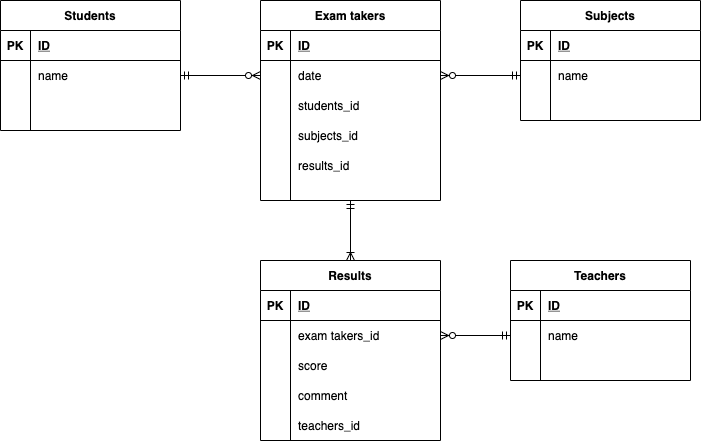
Earlier version of the draw.io export index.drawio.png (sohei24/coachtech-enshu5). Source tidied: cells renumbered, new cells last; positions are measured from the earlier drawing's top-left corner, leaving out a move shared by most shapes.
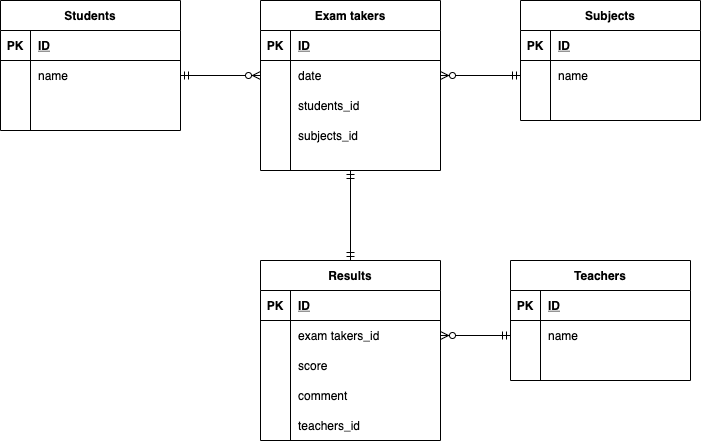
After the commit.

Diff of the diagram source:
```diff
@@ -110,11 +110,11 @@
     <mxCell id="37" style="shape=partialRectangle;fillColor=none;top=0;left=0;bottom=0;right=0;align=left;spacingLeft=6;overflow=hidden;" parent="35" vertex="1">
       <mxGeometry x="30" width="150" height="30" as="geometry" />
     </mxCell>
-    <mxCell id="38" style="edgeStyle=none;rounded=0;jettySize=auto;html=1;exitX=0.5;exitY=1;exitDx=0;exitDy=0;entryX=0.5;entryY=0;entryDx=0;entryDy=0;startArrow=ERmandOne;startFill=0;endArrow=ERoneToMany;endFill=0;" parent="1" edge="1" source="39" target="12">
+    <mxCell id="38" style="edgeStyle=none;rounded=0;jettySize=auto;html=1;exitX=0.5;exitY=1;exitDx=0;exitDy=0;entryX=0.5;entryY=0;entryDx=0;entryDy=0;startArrow=ERmandOne;startFill=0;endArrow=ERmandOne;endFill=0;" parent="1" edge="1" source="39" target="12">
       <mxGeometry relative="1" as="geometry" />
     </mxCell>
     <mxCell id="39" value="Exam takers" style="shape=table;startSize=30;rowLines=0;fontStyle=1;align=center;" parent="1" vertex="1">
-      <mxGeometry x="260" width="180" height="200" as="geometry" />
+      <mxGeometry x="260" width="180" height="170" as="geometry" />
     </mxCell>
     <mxCell id="40" style="shape=partialRectangle;fillColor=none;top=0;left=0;bottom=1;right=0;" parent="39" vertex="1">
       <mxGeometry y="30" width="180" height="30" as="geometry" />
@@ -182,14 +182,5 @@
     <mxCell id="61" style="rounded=0;jettySize=auto;html=1;endArrow=ERmandOne;endFill=0;startArrow=ERzeroToMany;startFill=1;" parent="1" edge="1" source="43" target="32">
       <mxGeometry relative="1" as="geometry" />
     </mxCell>
-    <mxCell id="62" style="shape=partialRectangle;fillColor=none;top=0;left=0;bottom=0;right=0;" parent="1" vertex="1">
-      <mxGeometry x="260" y="150" width="180" height="30" as="geometry" />
-    </mxCell>
-    <mxCell id="63" style="shape=partialRectangle;fillColor=none;top=0;left=0;bottom=0;right=0;overflow=hidden;" parent="62" vertex="1">
-      <mxGeometry width="30" height="30" as="geometry" />
-    </mxCell>
-    <mxCell id="64" value="results_id" style="shape=partialRectangle;fillColor=none;top=0;left=0;bottom=0;right=0;align=left;spacingLeft=6;overflow=hidden;" parent="62" vertex="1">
-      <mxGeometry x="30" width="150" height="30" as="geometry" />
-    </mxCell>
   </root>
 </mxGraphModel>
```
